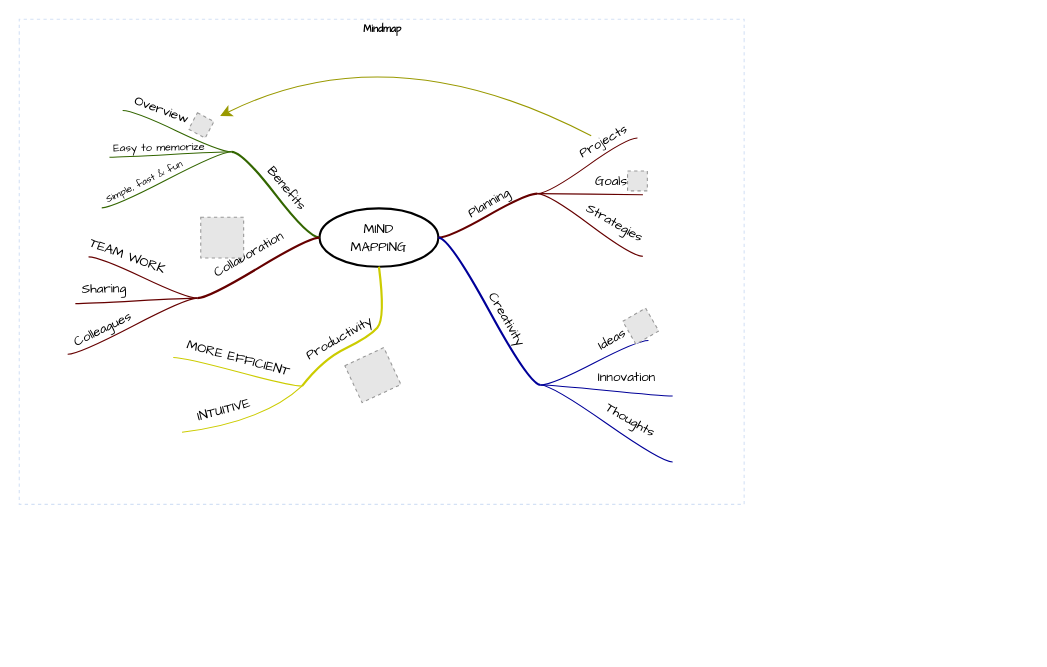
Before: 未命名绘图.drawio in reatcat/Drawio, a draw.io diagram. Source tidied: cells renumbered, new cells numbered last; positions are measured from the earlier drawing's top-left corner, leaving out a move shared by most shapes. Both pictures are drawn from the tidied source at 110%, with x=0, y=0 at pixel (19, 19). Pictures stored in the file or linked from it are replaced by grey dashed boxes.
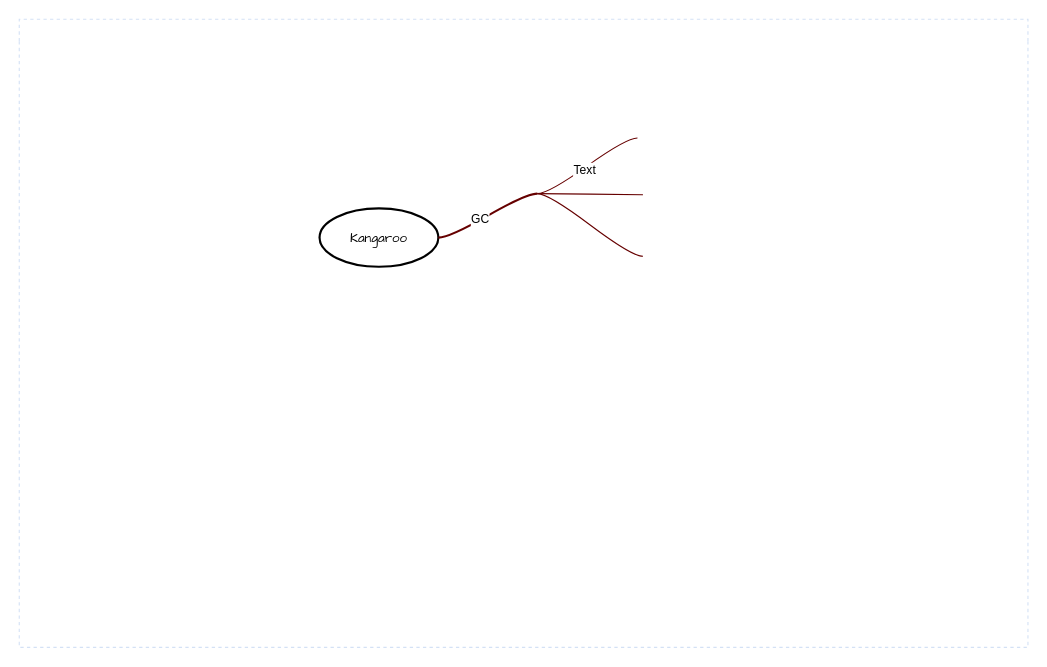
After the change.

Unchanged cells that the change refers to:
```xml
<mxCell id="5" style="edgeStyle=entityRelationEdgeStyle;startArrow=none;endArrow=none;segment=10;curved=1;strokeWidth=2;strokeColor=#660000;rounded=0;fontSize=12;startSize=8;endSize=8;" parent="2" edge="1" source="3" target="4">
  <mxGeometry relative="1" as="geometry" />
</mxCell>
<mxCell id="8" style="edgeStyle=entityRelationEdgeStyle;startArrow=none;endArrow=none;segment=10;curved=1;strokeColor=#660000;rounded=0;fontSize=12;startSize=8;endSize=8;" parent="2" edge="1" source="4" target="7">
  <mxGeometry relative="1" as="geometry" />
</mxCell>
<mxCell id="10" style="whiteSpace=wrap;html=1;rounded=1;arcSize=50;align=center;verticalAlign=middle;strokeWidth=1;spacing=4;" parent="2" vertex="1">
  <mxGeometry x="567" y="159" height="1" as="geometry" />
</mxCell>
<mxCell id="11" style="edgeStyle=entityRelationEdgeStyle;startArrow=none;endArrow=none;segment=10;curved=1;strokeColor=#660000;rounded=0;fontSize=12;startSize=8;endSize=8;" parent="2" edge="1" source="4" target="10">
  <mxGeometry relative="1" as="geometry" />
</mxCell>
<mxCell id="14" style="edgeStyle=entityRelationEdgeStyle;startArrow=none;endArrow=none;segment=10;curved=1;strokeColor=#660000;rounded=0;fontSize=12;startSize=8;endSize=8;" parent="2" edge="1" source="4" target="13">
  <mxGeometry relative="1" as="geometry" />
</mxCell>
```

The edit, as a diff of the source:
```diff
@@
-    <mxCell id="2" value="Mindmap" style="swimlane;html=1;startSize=20;horizontal=1;containerType=tree;labelBackgroundColor=none;strokeColor=#D4E1F5;strokeWidth=1;fillColor=none;fontFamily=Comic Sans MS;fontSize=9;swimlaneLine=0;dashed=1;" parent="1" vertex="1">
-      <mxGeometry width="659" height="441" as="geometry" />
+    <mxCell id="2" style="swimlane;html=1;startSize=20;horizontal=1;containerType=tree;labelBackgroundColor=none;strokeColor=#D4E1F5;strokeWidth=1;fillColor=none;fontFamily=Comic Sans MS;fontSize=9;swimlaneLine=0;dashed=1;" parent="1" vertex="1">
+      <mxGeometry width="917" height="571" as="geometry" />
     </mxCell>
-    <mxCell id="3" value="&lt;font face=&quot;Comic Sans MS&quot;&gt;MIND&lt;br&gt;MAPPING&lt;/font&gt;" style="ellipse;whiteSpace=wrap;html=1;align=center;strokeWidth=2;" parent="2" vertex="1">
+    <mxCell id="3" value="&lt;font face=&quot;Comic Sans MS&quot;&gt;Kangaroo&lt;/font&gt;" style="ellipse;whiteSpace=wrap;html=1;align=center;strokeWidth=2;" parent="2" vertex="1">
       <mxGeometry x="273" y="172" width="108" height="53" as="geometry" />
     </mxCell>
@@
-    <mxCell id="6" value="Planning" style="text;html=1;align=center;verticalAlign=middle;labelBackgroundColor=none;rotation=-30;fontFamily=Comic Sans MS;" parent="5" vertex="1">
-      <mxGeometry x="0.02" y="2" relative="1" as="geometry">
-        <mxPoint x="1" y="-9" as="offset" />
-      </mxGeometry>
-    </mxCell>
+    <mxCell id="72" value="GC" style="edgeLabel;html=1;align=center;verticalAlign=middle;" parent="5" vertex="1">
+      <mxGeometry x="0.32" y="2" relative="1" as="geometry">
+        <mxPoint x="-20" y="13" as="offset" />
+      </mxGeometry>
+    </mxCell>
@@
-    <mxCell id="9" value="Projects" style="text;html=1;points=[];align=center;verticalAlign=middle;labelBackgroundColor=none;fontFamily=Comic Sans MS;rotation=-30;" parent="8" vertex="1">
-      <mxGeometry x="0.26" relative="1" as="geometry">
-        <mxPoint x="3" y="-14" as="offset" />
-      </mxGeometry>
-    </mxCell>
+    <mxCell id="73" value="Text" style="edgeLabel;html=1;align=center;verticalAlign=middle;" parent="8" vertex="1">
+      <mxGeometry x="-0.08" y="-1" relative="1" as="geometry" />
+    </mxCell>
@@
-    <mxCell id="12" value="Goals" style="text;html=1;align=center;verticalAlign=middle;labelBackgroundColor=none;fontFamily=Comic Sans MS;rotation=0;" parent="11" vertex="1">
-      <mxGeometry x="-0.11" y="-1" relative="1" as="geometry">
-        <mxPoint x="24" y="-12" as="offset" />
-      </mxGeometry>
-    </mxCell>
@@
-    <mxCell id="15" value="Strategies" style="text;html=1;align=center;verticalAlign=middle;labelBackgroundColor=none;fontFamily=Comic Sans MS;rotation=30;" parent="14" vertex="1">
-      <mxGeometry x="-0.11" y="-1" relative="1" as="geometry">
-        <mxPoint x="28" y="1" as="offset" />
-      </mxGeometry>
-    </mxCell>
-    <mxCell id="16" style="whiteSpace=wrap;html=1;rounded=1;arcSize=50;align=center;verticalAlign=middle;strokeWidth=1;spacing=4;" parent="2" vertex="1">
-      <mxGeometry x="474" y="332" height="1" as="geometry" />
-    </mxCell>
-    <mxCell id="17" style="edgeStyle=entityRelationEdgeStyle;startArrow=none;endArrow=none;segment=10;curved=1;strokeWidth=2;strokeColor=#000099;rounded=0;fontSize=12;startSize=8;endSize=8;" parent="2" edge="1" source="3" target="16">
-      <mxGeometry relative="1" as="geometry" />
-    </mxCell>
-    <mxCell id="18" value="Creativity" style="text;html=1;align=center;verticalAlign=middle;labelBackgroundColor=none;rotation=60;fontFamily=Comic Sans MS;" parent="17" vertex="1">
-      <mxGeometry x="0.02" y="2" relative="1" as="geometry">
-        <mxPoint x="13" y="6" as="offset" />
-      </mxGeometry>
-    </mxCell>
-    <mxCell id="19" style="whiteSpace=wrap;html=1;rounded=1;arcSize=50;align=center;verticalAlign=middle;strokeWidth=1;spacing=4;" parent="2" vertex="1">
-      <mxGeometry x="572" y="292" width="5" as="geometry" />
-    </mxCell>
-    <mxCell id="20" style="edgeStyle=entityRelationEdgeStyle;startArrow=none;endArrow=none;segment=10;curved=1;strokeColor=#000099;rounded=0;fontSize=12;startSize=8;endSize=8;" parent="2" edge="1" source="16" target="19">
-      <mxGeometry relative="1" as="geometry" />
-    </mxCell>
-    <mxCell id="21" value="Ideas" style="text;html=1;align=center;verticalAlign=middle;labelBackgroundColor=none;fontFamily=Comic Sans MS;rotation=-30;" parent="20" vertex="1">
-      <mxGeometry x="0.26" relative="1" as="geometry">
-        <mxPoint x="3" y="-14" as="offset" />
-      </mxGeometry>
-    </mxCell>
-    <mxCell id="22" style="whiteSpace=wrap;html=1;rounded=1;arcSize=50;align=center;verticalAlign=middle;strokeWidth=1;spacing=4;" parent="2" vertex="1">
-      <mxGeometry x="594" y="342" height="1" as="geometry" />
-    </mxCell>
-    <mxCell id="23" style="edgeStyle=entityRelationEdgeStyle;startArrow=none;endArrow=none;segment=10;curved=1;strokeColor=#000099;rounded=0;fontSize=12;startSize=8;endSize=8;" parent="2" edge="1" source="16" target="22">
-      <mxGeometry relative="1" as="geometry" />
-    </mxCell>
-    <mxCell id="24" value="Innovation" style="text;html=1;align=center;verticalAlign=middle;labelBackgroundColor=none;fontFamily=Comic Sans MS;rotation=0;" parent="23" vertex="1">
-      <mxGeometry x="-0.11" y="-1" relative="1" as="geometry">
-        <mxPoint x="24" y="-12" as="offset" />
-      </mxGeometry>
-    </mxCell>
-    <mxCell id="25" style="whiteSpace=wrap;html=1;rounded=1;arcSize=50;align=center;verticalAlign=middle;strokeWidth=1;spacing=4;" parent="2" vertex="1">
-      <mxGeometry x="594" y="402" height="1" as="geometry" />
-    </mxCell>
-    <mxCell id="26" style="edgeStyle=entityRelationEdgeStyle;startArrow=none;endArrow=none;segment=10;curved=1;strokeColor=#000099;rounded=0;fontSize=12;startSize=8;endSize=8;" parent="2" edge="1" source="16" target="25">
-      <mxGeometry relative="1" as="geometry" />
-    </mxCell>
-    <mxCell id="27" value="Thoughts" style="text;html=1;align=center;verticalAlign=middle;labelBackgroundColor=none;fontFamily=Comic Sans MS;rotation=30;" parent="26" vertex="1">
-      <mxGeometry x="-0.11" y="-1" relative="1" as="geometry">
-        <mxPoint x="28" y="1" as="offset" />
-      </mxGeometry>
-    </mxCell>
-    <mxCell id="28" style="fillColor=#E6E6E6;strokeColor=#999999;dashed=1;html=1;verticalAlign=top;verticalLabelPosition=bottom;labelBackgroundColor=#ffffff;fontFamily=Comic Sans MS;rotation=-30;" parent="2" vertex="1">
-      <mxGeometry x="553" y="267" width="24" height="24" as="geometry" />
-    </mxCell>
-    <mxCell id="29" style="edgeStyle=entityRelationEdgeStyle;jumpStyle=arc;html=1;endArrow=classicThin;endFill=1;jettySize=auto;strokeColor=none;strokeWidth=2;fontFamily=Comic Sans MS;rounded=0;fontSize=12;startSize=8;endSize=8;curved=1;" parent="2" edge="1" source="19" target="28">
-      <mxGeometry relative="1" as="geometry" />
-    </mxCell>
-    <mxCell id="30" style="fillColor=#E6E6E6;strokeColor=#999999;dashed=1;html=1;verticalAlign=top;verticalLabelPosition=bottom;labelBackgroundColor=#ffffff;fontFamily=Comic Sans MS;" parent="2" vertex="1">
-      <mxGeometry x="553" y="138" width="18" height="18" as="geometry" />
-    </mxCell>
-    <mxCell id="31" style="edgeStyle=entityRelationEdgeStyle;jumpStyle=arc;html=1;endArrow=classicThin;endFill=1;jettySize=auto;strokeColor=none;strokeWidth=2;fontFamily=Comic Sans MS;rounded=0;fontSize=12;startSize=8;endSize=8;curved=1;" parent="2" edge="1" source="10" target="30">
-      <mxGeometry relative="1" as="geometry" />
-    </mxCell>
-    <mxCell id="32" style="whiteSpace=wrap;html=1;rounded=1;arcSize=50;align=center;verticalAlign=middle;strokeWidth=1;spacing=4;" parent="2" vertex="1">
-      <mxGeometry x="193" y="120" height="1" as="geometry" />
-    </mxCell>
-    <mxCell id="33" style="edgeStyle=entityRelationEdgeStyle;startArrow=none;endArrow=none;segment=10;curved=1;strokeWidth=2;strokeColor=#336600;rounded=0;fontSize=12;startSize=8;endSize=8;" parent="2" edge="1" source="3" target="32">
-      <mxGeometry relative="1" as="geometry" />
-    </mxCell>
-    <mxCell id="34" value="Benefits" style="text;html=1;align=center;verticalAlign=middle;labelBackgroundColor=none;rotation=50;fontFamily=Comic Sans MS;" parent="33" vertex="1">
-      <mxGeometry x="0.02" y="2" relative="1" as="geometry">
-        <mxPoint x="12" y="-7" as="offset" />
-      </mxGeometry>
-    </mxCell>
-    <mxCell id="35" style="whiteSpace=wrap;html=1;rounded=1;arcSize=50;align=center;verticalAlign=middle;strokeWidth=1;spacing=4;" parent="2" vertex="1">
-      <mxGeometry x="75" y="171" height="1" as="geometry" />
-    </mxCell>
-    <mxCell id="36" style="edgeStyle=entityRelationEdgeStyle;startArrow=none;endArrow=none;segment=10;curved=1;strokeColor=#336600;rounded=0;fontSize=12;startSize=8;endSize=8;" parent="2" edge="1" source="32" target="35">
-      <mxGeometry relative="1" as="geometry" />
-    </mxCell>
-    <mxCell id="37" value="Simple, fast &amp;amp; fun" style="text;html=1;align=center;verticalAlign=middle;labelBackgroundColor=none;fontFamily=Comic Sans MS;rotation=-26;fontSize=9;" parent="36" vertex="1">
-      <mxGeometry x="-0.11" y="-1" relative="1" as="geometry">
-        <mxPoint x="-27" y="7" as="offset" />
-      </mxGeometry>
-    </mxCell>
-    <mxCell id="38" style="whiteSpace=wrap;html=1;rounded=1;arcSize=50;align=center;verticalAlign=middle;strokeWidth=1;spacing=4;" parent="2" vertex="1">
-      <mxGeometry x="82" y="125" height="1" as="geometry" />
-    </mxCell>
-    <mxCell id="39" style="edgeStyle=entityRelationEdgeStyle;startArrow=none;endArrow=none;segment=10;curved=1;strokeColor=#336600;rounded=0;fontSize=12;startSize=8;endSize=8;" parent="2" edge="1" source="32" target="38">
-      <mxGeometry relative="1" as="geometry" />
-    </mxCell>
-    <mxCell id="40" value="Easy to memorize" style="text;html=1;align=center;verticalAlign=middle;labelBackgroundColor=none;fontFamily=Comic Sans MS;rotation=-1;fontSize=10;" parent="39" vertex="1">
-      <mxGeometry x="-0.11" y="-1" relative="1" as="geometry">
-        <mxPoint x="-18" y="-6" as="offset" />
-      </mxGeometry>
-    </mxCell>
-    <mxCell id="41" style="whiteSpace=wrap;html=1;rounded=1;arcSize=50;align=center;verticalAlign=middle;strokeWidth=1;spacing=4;" parent="2" vertex="1" collapsed="1">
-      <mxGeometry x="89" y="83" width="5" as="geometry" />
-    </mxCell>
-    <mxCell id="42" style="edgeStyle=entityRelationEdgeStyle;startArrow=none;endArrow=none;segment=10;curved=1;strokeColor=#336600;rounded=0;fontSize=12;startSize=8;endSize=8;" parent="2" edge="1" source="32" target="41">
-      <mxGeometry relative="1" as="geometry" />
-    </mxCell>
-    <mxCell id="43" value="Overview" style="text;html=1;align=center;verticalAlign=middle;labelBackgroundColor=none;fontFamily=Comic Sans MS;rotation=20;" parent="42" vertex="1">
-      <mxGeometry x="0.26" relative="1" as="geometry">
-        <mxPoint x="-2" y="-13" as="offset" />
-      </mxGeometry>
-    </mxCell>
-    <mxCell id="44" style="fillColor=#E6E6E6;strokeColor=#999999;dashed=1;html=1;verticalAlign=top;verticalLabelPosition=bottom;labelBackgroundColor=#ffffff;fontFamily=Comic Sans MS;fontSize=10;rotation=28;" parent="2" vertex="1">
-      <mxGeometry x="157" y="88" width="17" height="17" as="geometry" />
-    </mxCell>
-    <mxCell id="45" style="endArrow=classic;html=1;curved=1;sourcePerimeterSpacing=10;strokeColor=#999900;targetPerimeterSpacing=7;rounded=0;fontSize=12;startSize=8;endSize=8;" parent="2" edge="1" source="9" target="44">
-      <mxGeometry relative="1" as="geometry">
-        <Array as="points">
-          <mxPoint x="338" y="11" />
-        </Array>
-      </mxGeometry>
-    </mxCell>
-    <mxCell id="46" style="jumpStyle=arc;html=1;endArrow=classicThin;endFill=1;jettySize=auto;strokeColor=none;strokeWidth=2;fontFamily=Comic Sans MS;fontSize=10;rounded=0;startSize=8;endSize=8;curved=1;" parent="2" edge="1" source="32" target="44">
-      <mxGeometry relative="1" as="geometry" />
-    </mxCell>
-    <mxCell id="47" style="whiteSpace=wrap;html=1;rounded=1;arcSize=50;align=center;verticalAlign=middle;strokeWidth=1;spacing=4;" parent="2" vertex="1">
-      <mxGeometry x="162" y="253" height="1" as="geometry" />
-    </mxCell>
-    <mxCell id="48" style="edgeStyle=entityRelationEdgeStyle;startArrow=none;endArrow=none;segment=10;curved=1;strokeWidth=2;strokeColor=#660000;rounded=0;fontSize=12;startSize=8;endSize=8;" parent="2" edge="1" source="3" target="47">
-      <mxGeometry relative="1" as="geometry" />
-    </mxCell>
-    <mxCell id="49" value="Collaboration" style="text;html=1;align=center;verticalAlign=middle;labelBackgroundColor=none;rotation=-30;fontFamily=Comic Sans MS;" parent="48" vertex="1">
-      <mxGeometry x="0.02" y="2" relative="1" as="geometry">
-        <mxPoint x="-10" y="-13" as="offset" />
-      </mxGeometry>
-    </mxCell>
-    <mxCell id="50" style="whiteSpace=wrap;html=1;rounded=1;arcSize=50;align=center;verticalAlign=middle;strokeWidth=1;spacing=4;" parent="2" vertex="1">
-      <mxGeometry x="44" y="304" height="1" as="geometry" />
-    </mxCell>
-    <mxCell id="51" style="edgeStyle=entityRelationEdgeStyle;startArrow=none;endArrow=none;segment=10;curved=1;strokeColor=#660000;rounded=0;fontSize=12;startSize=8;endSize=8;" parent="2" edge="1" source="47" target="50">
-      <mxGeometry relative="1" as="geometry" />
-    </mxCell>
-    <mxCell id="52" value="Colleagues" style="text;html=1;align=center;verticalAlign=middle;labelBackgroundColor=none;fontFamily=Comic Sans MS;rotation=-26;fontSize=12;" parent="51" vertex="1">
-      <mxGeometry x="-0.11" y="-1" relative="1" as="geometry">
-        <mxPoint x="-34" y="8" as="offset" />
-      </mxGeometry>
-    </mxCell>
-    <mxCell id="53" style="whiteSpace=wrap;html=1;rounded=1;arcSize=50;align=center;verticalAlign=middle;strokeWidth=1;spacing=4;" parent="2" vertex="1">
-      <mxGeometry x="51" y="258" height="1" as="geometry" />
-    </mxCell>
-    <mxCell id="54" style="edgeStyle=entityRelationEdgeStyle;startArrow=none;endArrow=none;segment=10;curved=1;strokeColor=#660000;rounded=0;fontSize=12;startSize=8;endSize=8;" parent="2" edge="1" source="47" target="53">
-      <mxGeometry relative="1" as="geometry" />
-    </mxCell>
-    <mxCell id="55" value="Sharing" style="text;html=1;align=center;verticalAlign=middle;labelBackgroundColor=none;fontFamily=Comic Sans MS;rotation=-1;fontSize=12;" parent="54" vertex="1">
-      <mxGeometry x="-0.11" y="-1" relative="1" as="geometry">
-        <mxPoint x="-37" y="-9" as="offset" />
-      </mxGeometry>
-    </mxCell>
-    <mxCell id="56" style="whiteSpace=wrap;html=1;rounded=1;arcSize=50;align=center;verticalAlign=middle;strokeWidth=1;spacing=4;" parent="2" vertex="1" collapsed="1">
-      <mxGeometry x="58" y="216" width="5" as="geometry" />
-    </mxCell>
-    <mxCell id="57" style="edgeStyle=entityRelationEdgeStyle;startArrow=none;endArrow=none;segment=10;curved=1;strokeColor=#660000;rounded=0;fontSize=12;startSize=8;endSize=8;" parent="2" edge="1" source="47" target="56">
-      <mxGeometry relative="1" as="geometry" />
-    </mxCell>
-    <mxCell id="58" value="TEAM WORK" style="text;html=1;align=center;verticalAlign=middle;labelBackgroundColor=none;fontFamily=Comic Sans MS;rotation=20;" parent="57" vertex="1">
-      <mxGeometry x="0.26" relative="1" as="geometry">
-        <mxPoint x="-2" y="-13" as="offset" />
-      </mxGeometry>
-    </mxCell>
-    <mxCell id="59" style="fillColor=#E6E6E6;strokeColor=#999999;dashed=1;html=1;verticalAlign=top;verticalLabelPosition=bottom;labelBackgroundColor=#ffffff;fontFamily=Comic Sans MS;fontSize=12;fontColor=#000000;align=center;" parent="2" vertex="1">
-      <mxGeometry x="165" y="180" width="39" height="37" as="geometry" />
-    </mxCell>
-    <mxCell id="60" style="edgeStyle=none;jumpStyle=arc;html=1;entryX=0.5;entryY=1;entryPerimeter=0;endArrow=classicThin;endFill=1;jettySize=auto;strokeColor=none;strokeWidth=2;fontFamily=Comic Sans MS;fontSize=12;rounded=0;startSize=8;endSize=8;curved=1;" parent="2" edge="1" source="47" target="59">
-      <mxGeometry relative="1" as="geometry" />
-    </mxCell>
-    <mxCell id="61" style="whiteSpace=wrap;html=1;rounded=1;arcSize=50;align=center;verticalAlign=middle;strokeWidth=1;spacing=4;" parent="2" vertex="1">
-      <mxGeometry x="257" y="333" height="1" as="geometry" />
-    </mxCell>
-    <mxCell id="62" style="startArrow=none;endArrow=none;segment=10;strokeWidth=2;strokeColor=#CCCC00;exitX=0.5;exitY=1;curved=1;rounded=0;fontSize=12;startSize=8;endSize=8;" parent="2" edge="1" source="3" target="61">
-      <mxGeometry relative="1" as="geometry">
-        <Array as="points">
-          <mxPoint x="333" y="272" />
-          <mxPoint x="318" y="289" />
-          <mxPoint x="276" y="309" />
-        </Array>
-      </mxGeometry>
-    </mxCell>
-    <mxCell id="63" value="Productivity" style="text;html=1;align=center;verticalAlign=middle;labelBackgroundColor=none;rotation=-30;fontFamily=Comic Sans MS;" parent="62" vertex="1">
-      <mxGeometry x="0.02" y="2" relative="1" as="geometry">
-        <mxPoint x="-24" y="-2" as="offset" />
-      </mxGeometry>
-    </mxCell>
-    <mxCell id="64" style="whiteSpace=wrap;html=1;rounded=1;arcSize=50;align=center;verticalAlign=middle;strokeWidth=1;spacing=4;" parent="2" vertex="1">
-      <mxGeometry x="148" y="375" height="1" as="geometry" />
-    </mxCell>
-    <mxCell id="65" style="startArrow=none;endArrow=none;segment=10;strokeColor=#CCCC00;curved=1;rounded=0;fontSize=12;startSize=8;endSize=8;" parent="2" edge="1" source="61" target="64">
-      <mxGeometry relative="1" as="geometry">
-        <Array as="points">
-          <mxPoint x="222" y="366" />
-        </Array>
-      </mxGeometry>
-    </mxCell>
-    <mxCell id="66" value="INTUITIVE" style="text;html=1;align=center;verticalAlign=middle;labelBackgroundColor=none;fontFamily=Comic Sans MS;rotation=-15;fontSize=12;" parent="65" vertex="1">
-      <mxGeometry x="-0.11" y="-1" relative="1" as="geometry">
-        <mxPoint x="-30" y="-10" as="offset" />
-      </mxGeometry>
-    </mxCell>
-    <mxCell id="67" style="whiteSpace=wrap;html=1;rounded=1;arcSize=50;align=center;verticalAlign=middle;strokeWidth=1;spacing=4;" parent="2" vertex="1">
-      <mxGeometry x="140" y="307" height="1" as="geometry" />
-    </mxCell>
-    <mxCell id="68" style="edgeStyle=entityRelationEdgeStyle;startArrow=none;endArrow=none;segment=10;curved=1;strokeColor=#CCCC00;rounded=0;fontSize=12;startSize=8;endSize=8;" parent="2" edge="1" source="61" target="67">
-      <mxGeometry relative="1" as="geometry" />
-    </mxCell>
-    <mxCell id="69" value="MORE EFFICIENT" style="text;html=1;align=center;verticalAlign=middle;labelBackgroundColor=none;fontFamily=Comic Sans MS;rotation=15;fontSize=12;" parent="68" vertex="1">
-      <mxGeometry x="-0.11" y="-1" relative="1" as="geometry">
-        <mxPoint x="-6" y="-13" as="offset" />
-      </mxGeometry>
-    </mxCell>
-    <mxCell id="70" style="fillColor=#E6E6E6;strokeColor=#999999;dashed=1;html=1;verticalAlign=top;verticalLabelPosition=bottom;labelBackgroundColor=#ffffff;fontFamily=Comic Sans MS;fontSize=12;fontColor=#000000;align=center;rotation=-25;" parent="2" vertex="1">
-      <mxGeometry x="302" y="305" width="39" height="37" as="geometry" />
-    </mxCell>
-    <mxCell id="71" style="edgeStyle=none;jumpStyle=arc;html=1;entryX=0.5;entryY=1;entryPerimeter=0;endArrow=classicThin;endFill=1;jettySize=auto;strokeColor=none;strokeWidth=2;fontFamily=Comic Sans MS;fontSize=12;rounded=0;startSize=8;endSize=8;curved=1;" parent="2" edge="1" source="61" target="70">
-      <mxGeometry relative="1" as="geometry" />
-    </mxCell>
```
